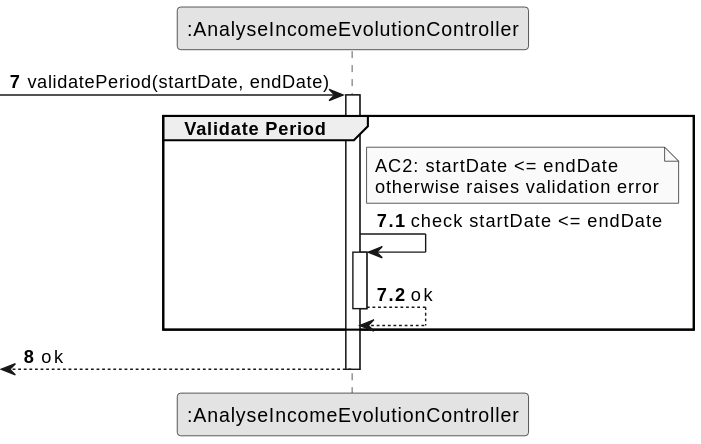
Before: docs/system-documentation/US10/03.design/svg/US10-SD-partial-validate-period.svg, a diagram exported from PlantUML (brunodspinto/crystal-clear-platform).
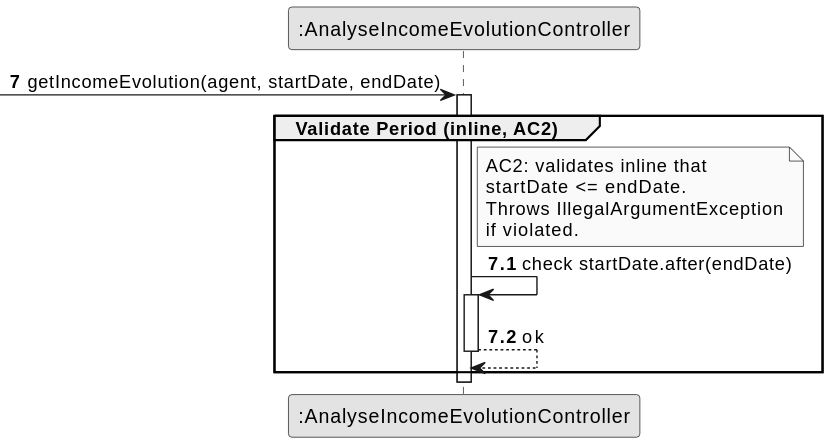
After the change.

Diff of the diagram source:
```diff
@@ -8,23 +8,23 @@
 participant ":AnalyseIncomeEvolutionController" as CTRL
 
 autonumber 7
- -> CTRL : validatePeriod(startDate, endDate)
+ -> CTRL : getIncomeEvolution(agent, startDate, endDate)
 autonumber 7.1
 activate CTRL
-    group Validate Period
+    group Validate Period (inline, AC2)
 
         note right of CTRL
-            AC2: startDate <= endDate
-            otherwise raises validation error
+            AC2: validates inline that
+            startDate <= endDate.
+            Throws IllegalArgumentException
+            if violated.
         end note
 
-        CTRL -> CTRL : check startDate <= endDate
+        CTRL -> CTRL : check startDate.after(endDate)
         activate CTRL
             CTRL --> CTRL : ok
         deactivate CTRL
 
     end
-    autonumber 8
-    <-- CTRL : ok
 deactivate CTRL
 @enduml
```
